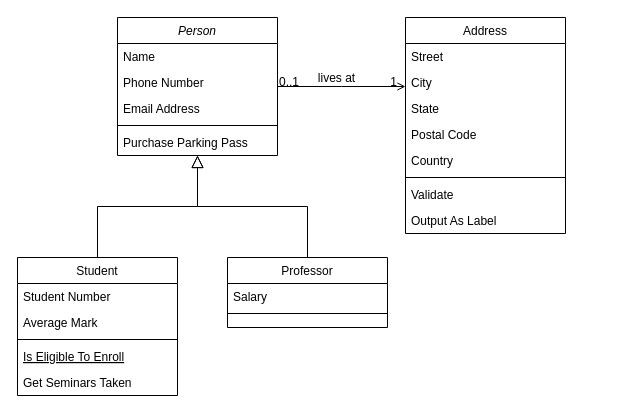
The draw.io diagram game /Untitled Diagram.drawio in Louna2301/oc20-, before the edit. Source tidied: cells renumbered, new cells numbered last; positions are measured from the earlier drawing's top-left corner, leaving out a move shared by most shapes. Both pictures are drawn from the tidied source at 100%, with x=0, y=0 at pixel (17, 17).
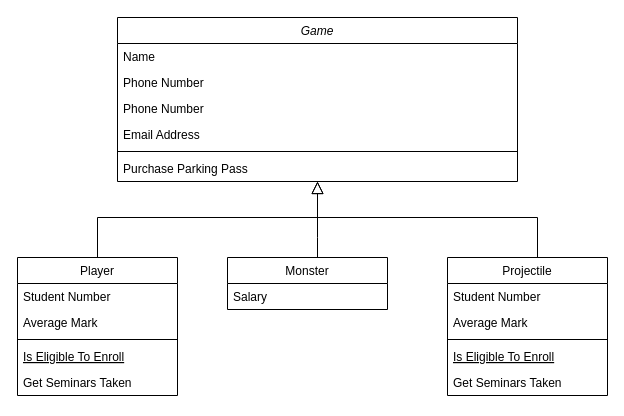
Above is the later version.

Commit message:
Diagram_classes

Change to the diagram source:
```diff
@@
-    <mxCell id="2" value="Person" style="swimlane;fontStyle=2;align=center;verticalAlign=top;horizontal=1;startSize=26;rounded=0;shadow=0;strokeWidth=1;" parent="1" vertex="1">
-      <mxGeometry x="100" width="160" height="138" as="geometry" />
+    <mxCell id="2" value="Game" style="swimlane;fontStyle=2;align=center;verticalAlign=top;horizontal=1;startSize=26;rounded=0;shadow=0;strokeWidth=1;" parent="1" vertex="1">
+      <mxGeometry x="100" width="400" height="164" as="geometry" />
     </mxCell>
     <mxCell id="3" value="Name" style="text;align=left;verticalAlign=top;spacingLeft=4;spacingRight=4;overflow=hidden;" parent="2" vertex="1">
-      <mxGeometry y="26" width="160" height="26" as="geometry" />
+      <mxGeometry y="26" width="400" height="26" as="geometry" />
     </mxCell>
     <mxCell id="4" value="Phone Number" style="text;align=left;verticalAlign=top;spacingLeft=4;spacingRight=4;overflow=hidden;rounded=0;shadow=0;html=0;" parent="2" vertex="1">
-      <mxGeometry y="52" width="160" height="26" as="geometry" />
+      <mxGeometry y="52" width="400" height="26" as="geometry" />
     </mxCell>
+    <mxCell id="32" value="Phone Number" style="text;align=left;verticalAlign=top;spacingLeft=4;spacingRight=4;overflow=hidden;rounded=0;shadow=0;html=0;" parent="2" vertex="1">
+      <mxGeometry y="78" width="400" height="26" as="geometry" />
+    </mxCell>
     <mxCell id="5" value="Email Address" style="text;align=left;verticalAlign=top;spacingLeft=4;spacingRight=4;overflow=hidden;rounded=0;shadow=0;html=0;" parent="2" vertex="1">
-      <mxGeometry y="78" width="160" height="26" as="geometry" />
+      <mxGeometry y="104" width="400" height="26" as="geometry" />
     </mxCell>
     <mxCell id="6" style="line;html=1;strokeWidth=1;align=left;verticalAlign=middle;spacingTop=-1;spacingLeft=3;spacingRight=3;labelPosition=right;" parent="2" vertex="1">
-      <mxGeometry y="104" width="160" height="8" as="geometry" />
+      <mxGeometry y="130" width="400" height="8" as="geometry" />
     </mxCell>
     <mxCell id="7" value="Purchase Parking Pass" style="text;align=left;verticalAlign=top;spacingLeft=4;spacingRight=4;overflow=hidden;" parent="2" vertex="1">
-      <mxGeometry y="112" width="160" height="26" as="geometry" />
+      <mxGeometry y="138" width="400" height="26" as="geometry" />
     </mxCell>
-    <mxCell id="8" value="Student" style="swimlane;fontStyle=0;align=center;verticalAlign=top;horizontal=1;startSize=26;rounded=0;shadow=0;strokeWidth=1;" parent="1" vertex="1">
+    <mxCell id="8" value="Player" style="swimlane;fontStyle=0;align=center;verticalAlign=top;horizontal=1;startSize=26;rounded=0;shadow=0;strokeWidth=1;" parent="1" vertex="1">
       <mxGeometry y="240" width="160" height="138" as="geometry" />
     </mxCell>
@@
     <mxCell id="14" style="endArrow=block;endSize=10;endFill=0;shadow=0;strokeWidth=1;rounded=0;edgeStyle=elbowEdgeStyle;elbow=vertical;" parent="1" edge="1" source="8" target="2">
-      <mxGeometry relative="1" as="geometry" />
+      <mxGeometry relative="1" as="geometry">
+        <Array as="points">
+          <mxPoint x="300" y="200" />
+        </Array>
+      </mxGeometry>
     </mxCell>
-    <mxCell id="15" value="Professor" style="swimlane;fontStyle=0;align=center;verticalAlign=top;horizontal=1;startSize=26;rounded=0;shadow=0;strokeWidth=1;" parent="1" vertex="1">
-      <mxGeometry x="210" y="240" width="160" height="70" as="geometry" />
+    <mxCell id="15" value="Monster" style="swimlane;fontStyle=0;align=center;verticalAlign=top;horizontal=1;startSize=26;rounded=0;shadow=0;strokeWidth=1;" parent="1" vertex="1">
+      <mxGeometry x="210" y="240" width="160" height="52" as="geometry" />
     </mxCell>
@@
-    <mxCell id="17" style="line;html=1;strokeWidth=1;align=left;verticalAlign=middle;spacingTop=-1;spacingLeft=3;spacingRight=3;labelPosition=right;" parent="15" vertex="1">
-      <mxGeometry y="52" width="160" height="8" as="geometry" />
-    </mxCell>
     <mxCell id="18" style="endArrow=block;endSize=10;endFill=0;shadow=0;strokeWidth=1;rounded=0;edgeStyle=elbowEdgeStyle;elbow=vertical;" parent="1" edge="1" source="15" target="2">
-      <mxGeometry relative="1" as="geometry" />
+      <mxGeometry relative="1" as="geometry">
+        <Array as="points">
+          <mxPoint x="300" y="220" />
+        </Array>
+      </mxGeometry>
     </mxCell>
-    <mxCell id="19" value="Address" style="swimlane;fontStyle=0;align=center;verticalAlign=top;horizontal=1;startSize=26;rounded=0;shadow=0;strokeWidth=1;" parent="1" vertex="1">
-      <mxGeometry x="388" width="160" height="216" as="geometry" />
-    </mxCell>
-    <mxCell id="20" value="Street" style="text;align=left;verticalAlign=top;spacingLeft=4;spacingRight=4;overflow=hidden;" parent="19" vertex="1">
-      <mxGeometry y="26" width="160" height="26" as="geometry" />
-    </mxCell>
-    <mxCell id="21" value="City" style="text;align=left;verticalAlign=top;spacingLeft=4;spacingRight=4;overflow=hidden;rounded=0;shadow=0;html=0;" parent="19" vertex="1">
-      <mxGeometry y="52" width="160" height="26" as="geometry" />
-    </mxCell>
-    <mxCell id="22" value="State" style="text;align=left;verticalAlign=top;spacingLeft=4;spacingRight=4;overflow=hidden;rounded=0;shadow=0;html=0;" parent="19" vertex="1">
-      <mxGeometry y="78" width="160" height="26" as="geometry" />
-    </mxCell>
-    <mxCell id="23" value="Postal Code" style="text;align=left;verticalAlign=top;spacingLeft=4;spacingRight=4;overflow=hidden;rounded=0;shadow=0;html=0;" parent="19" vertex="1">
-      <mxGeometry y="104" width="160" height="26" as="geometry" />
-    </mxCell>
-    <mxCell id="24" value="Country" style="text;align=left;verticalAlign=top;spacingLeft=4;spacingRight=4;overflow=hidden;rounded=0;shadow=0;html=0;" parent="19" vertex="1">
-      <mxGeometry y="130" width="160" height="26" as="geometry" />
-    </mxCell>
-    <mxCell id="25" style="line;html=1;strokeWidth=1;align=left;verticalAlign=middle;spacingTop=-1;spacingLeft=3;spacingRight=3;labelPosition=right;" parent="19" vertex="1">
-      <mxGeometry y="156" width="160" height="8" as="geometry" />
-    </mxCell>
-    <mxCell id="26" value="Validate" style="text;align=left;verticalAlign=top;spacingLeft=4;spacingRight=4;overflow=hidden;" parent="19" vertex="1">
-      <mxGeometry y="164" width="160" height="26" as="geometry" />
-    </mxCell>
-    <mxCell id="27" value="Output As Label" style="text;align=left;verticalAlign=top;spacingLeft=4;spacingRight=4;overflow=hidden;" parent="19" vertex="1">
-      <mxGeometry y="190" width="160" height="26" as="geometry" />
-    </mxCell>
-    <mxCell id="28" style="endArrow=open;shadow=0;strokeWidth=1;rounded=0;endFill=1;edgeStyle=elbowEdgeStyle;elbow=vertical;" parent="1" edge="1" source="2" target="19">
-      <mxGeometry x="0.5" y="41" relative="1" as="geometry">
-        <mxPoint x="-40" y="32" as="offset" />
-      </mxGeometry>
-    </mxCell>
-    <mxCell id="29" value="0..1" style="align=left;verticalAlign=bottom;labelBackgroundColor=none;fontSize=12;" parent="28" vertex="1">
-      <mxGeometry x="-1" relative="1" as="geometry">
-        <mxPoint y="4" as="offset" />
-      </mxGeometry>
-    </mxCell>
-    <mxCell id="30" value="1" style="align=right;verticalAlign=bottom;labelBackgroundColor=none;fontSize=12;" parent="28" vertex="1">
-      <mxGeometry x="1" relative="1" as="geometry">
-        <mxPoint x="-7" y="4" as="offset" />
-      </mxGeometry>
-    </mxCell>
-    <mxCell id="31" value="lives at" style="text;html=1;align=center;verticalAlign=middle;labelBackgroundColor=none;rounded=0;shadow=0;strokeWidth=1;fontSize=12;" parent="28" vertex="1">
-      <mxGeometry x="0.5" y="49" relative="1" as="geometry">
-        <mxPoint x="-38" y="40" as="offset" />
-      </mxGeometry>
-    </mxCell>
+    <mxCell id="33" style="endArrow=none;html=1;" parent="1" edge="1">
+      <mxGeometry relative="1" as="geometry">
+        <mxPoint x="300" y="200" as="sourcePoint" />
+        <mxPoint x="520" y="200" as="targetPoint" />
+      </mxGeometry>
+    </mxCell>
+    <mxCell id="34" style="endArrow=none;html=1;" parent="1" edge="1">
+      <mxGeometry relative="1" as="geometry">
+        <mxPoint x="520" y="200" as="sourcePoint" />
+        <mxPoint x="520" y="240" as="targetPoint" />
+      </mxGeometry>
+    </mxCell>
+    <mxCell id="35" value="Projectile" style="swimlane;fontStyle=0;align=center;verticalAlign=top;horizontal=1;startSize=26;rounded=0;shadow=0;strokeWidth=1;" parent="1" vertex="1">
+      <mxGeometry x="430" y="240" width="160" height="138" as="geometry" />
+    </mxCell>
+    <mxCell id="36" value="Student Number" style="text;align=left;verticalAlign=top;spacingLeft=4;spacingRight=4;overflow=hidden;" parent="35" vertex="1">
+      <mxGeometry y="26" width="160" height="26" as="geometry" />
+    </mxCell>
+    <mxCell id="37" value="Average Mark" style="text;align=left;verticalAlign=top;spacingLeft=4;spacingRight=4;overflow=hidden;rounded=0;shadow=0;html=0;" parent="35" vertex="1">
+      <mxGeometry y="52" width="160" height="26" as="geometry" />
+    </mxCell>
+    <mxCell id="38" style="line;html=1;strokeWidth=1;align=left;verticalAlign=middle;spacingTop=-1;spacingLeft=3;spacingRight=3;labelPosition=right;" parent="35" vertex="1">
+      <mxGeometry y="78" width="160" height="8" as="geometry" />
+    </mxCell>
+    <mxCell id="39" value="Is Eligible To Enroll" style="text;align=left;verticalAlign=top;spacingLeft=4;spacingRight=4;overflow=hidden;fontStyle=4;" parent="35" vertex="1">
+      <mxGeometry y="86" width="160" height="26" as="geometry" />
+    </mxCell>
+    <mxCell id="40" value="Get Seminars Taken" style="text;align=left;verticalAlign=top;spacingLeft=4;spacingRight=4;overflow=hidden;" parent="35" vertex="1">
+      <mxGeometry y="112" width="160" height="26" as="geometry" />
+    </mxCell>
```
